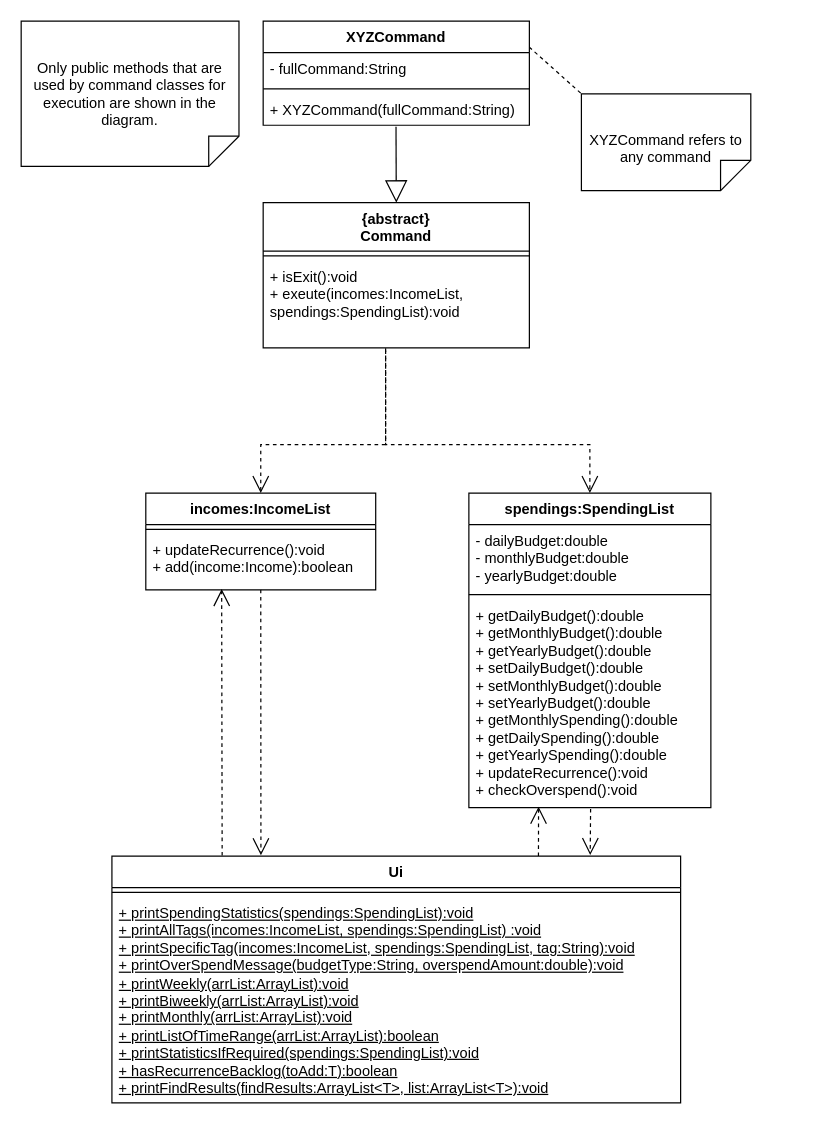
Before: docs/Diagrams/Commands/commandCD.drawio in wongwh2002/CS2113TeamProject, a draw.io diagram. Source tidied: cells renumbered, new cells numbered last; positions are measured from the earlier drawing's top-left corner, leaving out a move shared by most shapes. Both pictures are drawn from the tidied source at 121%, with x=0, y=0 at pixel (21, 21).
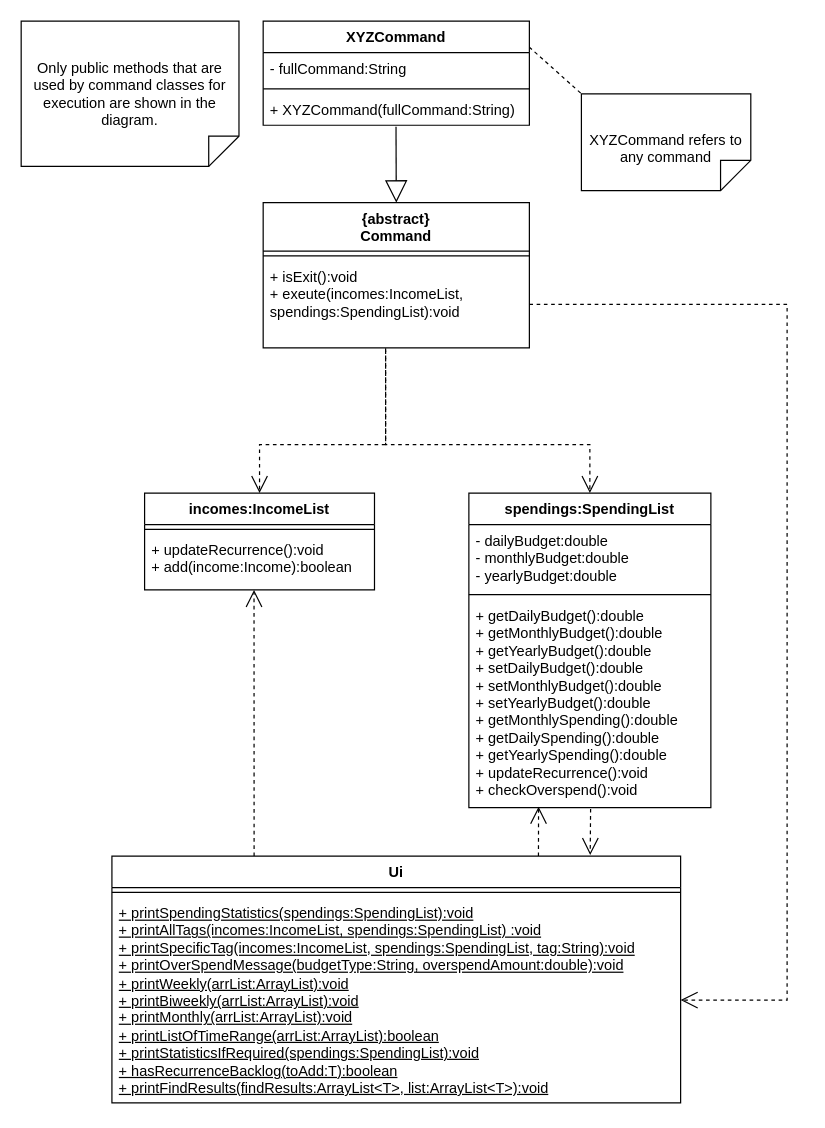
The same page after the edit.

Unchanged cells that the change refers to:
```xml
<mxCell id="16" value="+ updateRecurrence():void&lt;div&gt;+ add(income:Income):boolean&lt;br&gt;&lt;div&gt;&lt;br&gt;&lt;/div&gt;&lt;/div&gt;" style="text;strokeColor=none;fillColor=none;align=left;verticalAlign=top;spacingLeft=4;spacingRight=4;overflow=hidden;points=[[0,0.5],[1,0.5]];portConstraint=eastwest;whiteSpace=wrap;html=1;" parent="14" vertex="1">
  <mxGeometry y="34" width="190" height="46" as="geometry" />
</mxCell>
<mxCell id="17" value="Ui" style="swimlane;fontStyle=1;align=center;verticalAlign=top;horizontal=1;startSize=26;whiteSpace=wrap;html=1;" parent="1" vertex="1">
  <mxGeometry x="75" y="690" width="470" height="204" as="geometry" />
</mxCell>
<mxCell id="19" value="&lt;u&gt;+ printSpendingStatistics(spendings:SpendingList):void&lt;/u&gt;&lt;div&gt;&lt;u&gt;+ printAllTags(incomes:IncomeList, spendings:SpendingList) :void&lt;/u&gt;&lt;/div&gt;&lt;div&gt;&lt;u&gt;+ printSpecificTag(incomes:IncomeList, spendings:SpendingList, tag:String):void&lt;/u&gt;&lt;/div&gt;&lt;div&gt;&lt;u&gt;+ printOverSpendMessage(budgetType:String, overspendAmount:double):void&lt;/u&gt;&lt;/div&gt;&lt;div&gt;&lt;u&gt;+ printWeekly(arrList:ArrayList):void&lt;/u&gt;&lt;/div&gt;&lt;div&gt;&lt;u&gt;+ printBiweekly(arrList:ArrayList):void&lt;/u&gt;&lt;u&gt;&lt;br&gt;&lt;/u&gt;&lt;/div&gt;&lt;div&gt;&lt;u&gt;+ printMonthly(arrList:ArrayList):void&lt;/u&gt;&lt;u&gt;&lt;br&gt;&lt;/u&gt;&lt;/div&gt;&lt;div&gt;&lt;u&gt;+ printListOfTimeRange(arrList:ArrayList):boolean&lt;/u&gt;&lt;u&gt;&lt;br&gt;&lt;/u&gt;&lt;/div&gt;&lt;div&gt;&lt;u&gt;+ printStatisticsIfRequired(spendings:SpendingList):void&lt;/u&gt;&lt;/div&gt;&lt;div&gt;&lt;u&gt;+ hasRecurrenceBacklog(toAdd:T):boolean&lt;/u&gt;&lt;/div&gt;&lt;div&gt;&lt;u&gt;+ printFindResults(findResults:ArrayList&amp;lt;T&amp;gt;, list:ArrayList&amp;lt;T&amp;gt;):void&lt;/u&gt;&lt;/div&gt;" style="text;strokeColor=none;fillColor=none;align=left;verticalAlign=top;spacingLeft=4;spacingRight=4;overflow=hidden;points=[[0,0.5],[1,0.5]];portConstraint=eastwest;whiteSpace=wrap;html=1;" parent="17" vertex="1">
  <mxGeometry y="34" width="470" height="170" as="geometry" />
</mxCell>
<mxCell id="22" value="+ isExit():void&lt;div&gt;+ exeute(incomes:IncomeList, spendings:SpendingList):void&lt;/div&gt;" style="text;strokeColor=none;fillColor=none;align=left;verticalAlign=top;spacingLeft=4;spacingRight=4;overflow=hidden;points=[[0,0.5],[1,0.5]];portConstraint=eastwest;whiteSpace=wrap;html=1;" parent="20" vertex="1">
  <mxGeometry y="48" width="220" height="72" as="geometry" />
</mxCell>
```

What changed in the source:
```diff
@@
     <mxCell id="8" style="endArrow=open;endSize=12;dashed=1;html=1;rounded=0;fontSize=12;exitX=0.46;exitY=1.03;exitDx=0;exitDy=0;entryX=0.5;entryY=0;entryDx=0;entryDy=0;edgeStyle=orthogonalEdgeStyle;exitPerimeter=0;" parent="1" edge="1" source="22" target="14">
       <mxGeometry relative="1" as="geometry">
         <Array as="points">
           <mxPoint x="301" y="350" />
-          <mxPoint x="198" y="350" />
+          <mxPoint x="197" y="350" />
         </Array>
       </mxGeometry>
     </mxCell>
@@
     <mxCell id="14" value="incomes:IncomeList" style="swimlane;fontStyle=1;align=center;verticalAlign=top;horizontal=1;startSize=26;whiteSpace=wrap;html=1;" parent="1" vertex="1">
-      <mxGeometry x="103" y="390" width="190" height="80" as="geometry" />
+      <mxGeometry x="102" y="390" width="190" height="80" as="geometry" />
     </mxCell>
@@
-    <mxCell id="25" style="endArrow=open;endSize=12;dashed=1;html=1;rounded=0;fontSize=12;curved=1;exitX=0.113;exitY=-0.002;exitDx=0;exitDy=0;exitPerimeter=0;entryX=0.13;entryY=0.984;entryDx=0;entryDy=0;entryPerimeter=0;" parent="1" edge="1">
-      <mxGeometry relative="1" as="geometry">
-        <mxPoint x="166.1" y="689.6" as="sourcePoint" />
-        <mxPoint x="165.7" y="469.3" as="targetPoint" />
-      </mxGeometry>
+    <mxCell id="25" style="endArrow=open;endSize=12;dashed=1;html=1;rounded=0;fontSize=12;curved=1;entryX=0.476;entryY=1.001;entryDx=0;entryDy=0;entryPerimeter=0;exitX=0.25;exitY=0;exitDx=0;exitDy=0;" parent="1" edge="1" source="17" target="16">
+      <mxGeometry relative="1" as="geometry" />
     </mxCell>
@@
-    <mxCell id="28" style="endArrow=open;endSize=12;dashed=1;html=1;rounded=0;fontSize=12;curved=1;entryX=0.262;entryY=-0.003;entryDx=0;entryDy=0;entryPerimeter=0;" parent="1" edge="1" source="16" target="17">
-      <mxGeometry relative="1" as="geometry" />
-    </mxCell>
+    <mxCell id="29" style="endArrow=open;endSize=12;dashed=1;html=1;rounded=0;fontSize=12;exitX=1;exitY=0.5;exitDx=0;exitDy=0;edgeStyle=orthogonalEdgeStyle;entryX=1;entryY=0.5;entryDx=0;entryDy=0;" parent="1" edge="1" source="22" target="19">
+      <mxGeometry relative="1" as="geometry">
+        <Array as="points">
+          <mxPoint x="633" y="234" />
+          <mxPoint x="633" y="809" />
+        </Array>
+      </mxGeometry>
+    </mxCell>
```
